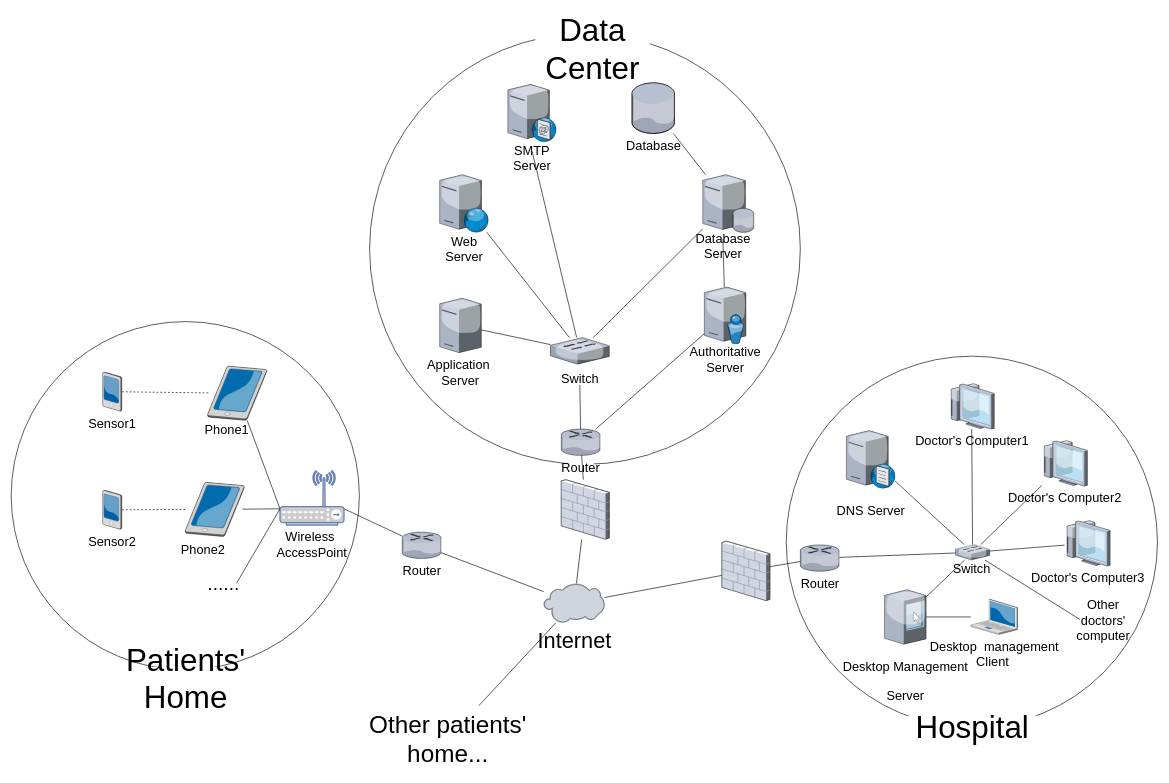
The draw.io diagram Untitled Diagram.drawio in johnGorillaZheng/ANU-Basketball, before the edit. Source tidied: cells renumbered, new cells numbered last; positions are measured from the earlier drawing's top-left corner, leaving out a move shared by most shapes. Both pictures are drawn from the tidied source at 64%, with x=0, y=0 at pixel (11, 15).
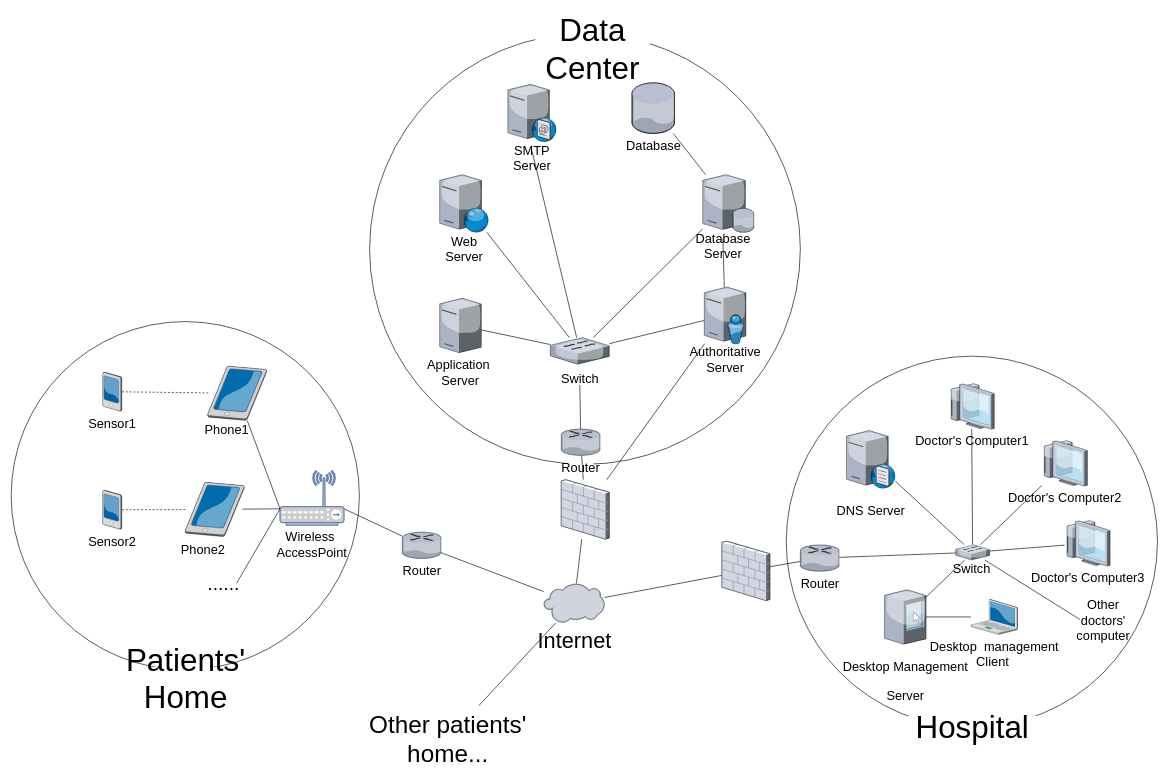
After the change.

Unchanged cells that the change refers to:
```xml
<mxCell id="14" style="verticalLabelPosition=bottom;html=1;verticalAlign=top;strokeColor=none;align=center;outlineConnect=0;shape=mxgraph.citrix.switch;" parent="13" vertex="1">
  <mxGeometry width="92" height="41.5" as="geometry" />
</mxCell>
<mxCell id="20" style="verticalLabelPosition=bottom;html=1;verticalAlign=top;strokeColor=none;align=center;outlineConnect=0;shape=mxgraph.citrix.directory_server;fillColor=#ffffff;fontSize=20;" parent="19" vertex="1">
  <mxGeometry width="65" height="88.5" as="geometry" />
</mxCell>
<mxCell id="86" style="verticalLabelPosition=bottom;html=1;verticalAlign=top;strokeColor=none;align=center;outlineConnect=0;shape=mxgraph.citrix.firewall;fillColor=#ffffff;fontSize=20;" parent="1" vertex="1">
  <mxGeometry x="859.5" y="726" width="75" height="93" as="geometry" />
</mxCell>
<mxCell id="88" style="verticalLabelPosition=bottom;html=1;verticalAlign=top;strokeColor=none;align=center;outlineConnect=0;shape=mxgraph.citrix.router;" parent="87" vertex="1">
  <mxGeometry width="61" height="41" as="geometry" />
</mxCell>
```

Change to the diagram source:
```diff
@@
-    <mxCell id="5" style="edgeStyle=none;rounded=0;jettySize=auto;html=1;fontSize=20;endArrow=none;endFill=0;" parent="1" edge="1" source="88" target="20">
+    <mxCell id="5" style="edgeStyle=none;rounded=0;jettySize=auto;html=1;fontSize=20;endArrow=none;endFill=0;" parent="1" edge="1" source="86" target="20">
       <mxGeometry relative="1" as="geometry" />
     </mxCell>
@@
+    <mxCell id="97" style="edgeStyle=none;rounded=0;jettySize=auto;html=1;endArrow=none;endFill=0;fontSize=34;" parent="1" edge="1" source="20" target="14">
+      <mxGeometry relative="1" as="geometry" />
+    </mxCell>
```
